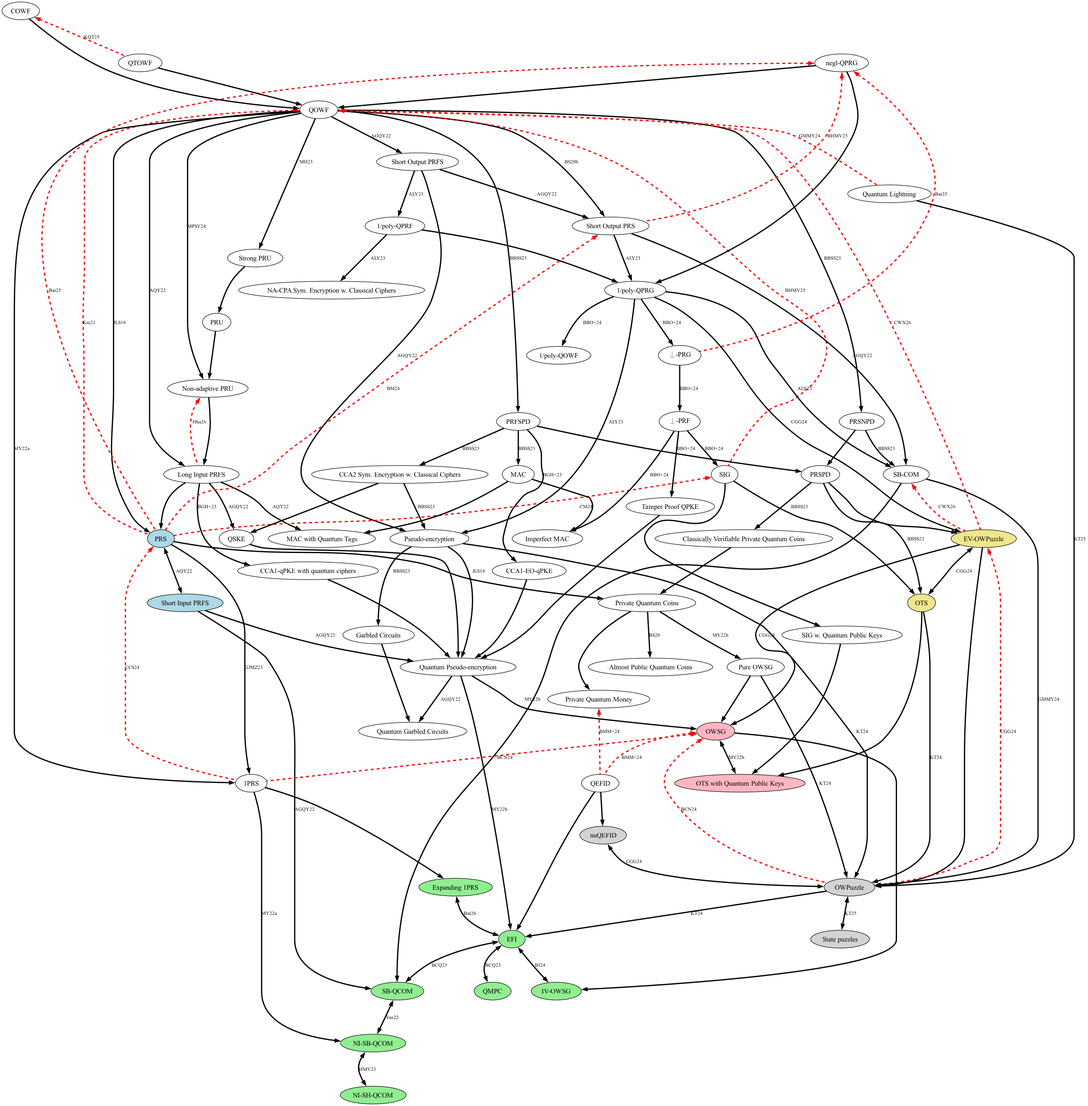
sattath/microcrypt-zoo keeps this Graphviz diagram as microcrypt.png. Above is the earlier version. Its source is kept beside it as microcrypt.gv.
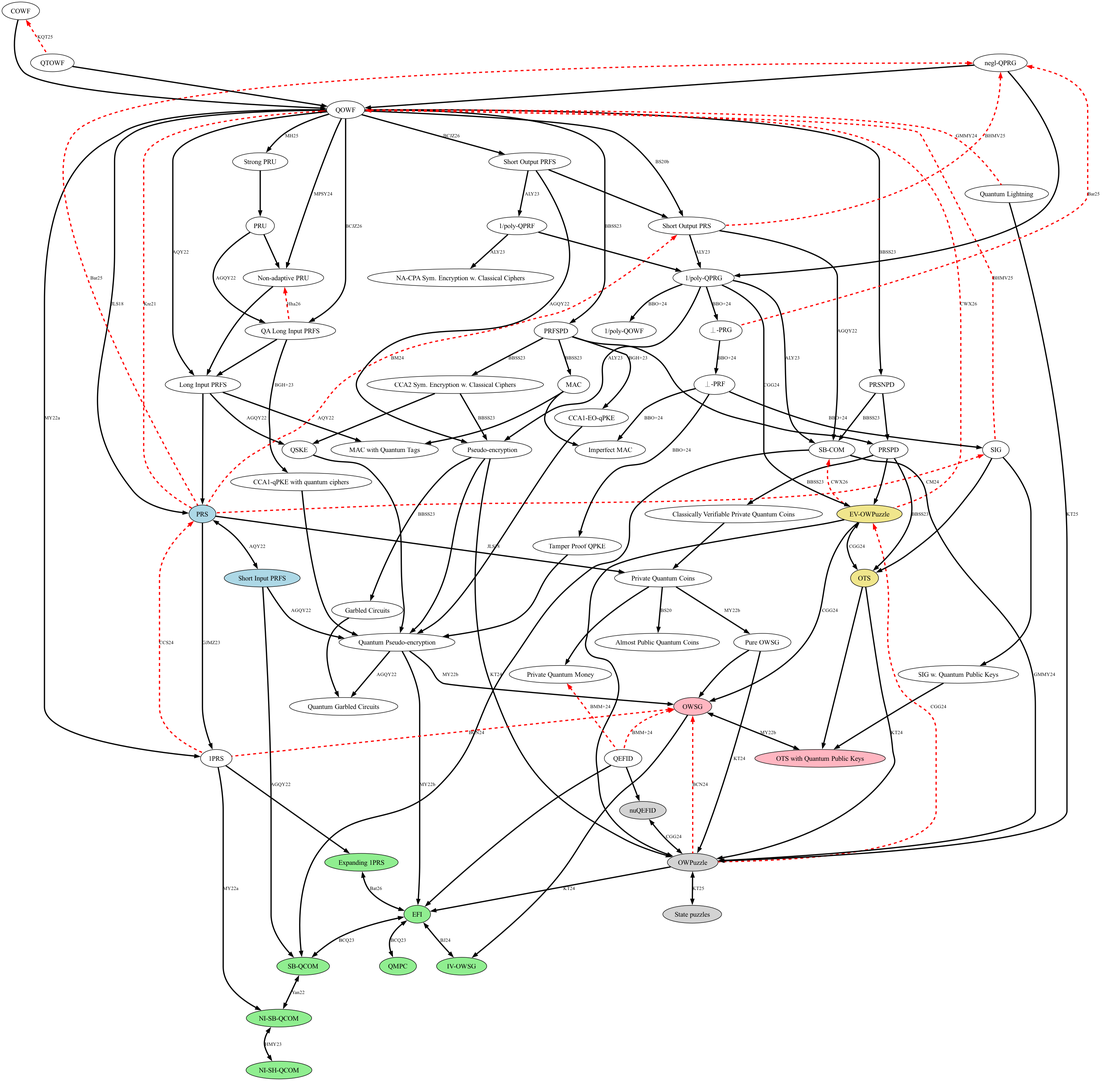
The same file after the commit.

Commit message:
Fix PRFS relationships reported in #7

The edit, as a diff of the source:
```diff
@@ -11,10 +11,11 @@
     PRSPD [tooltip="Pseudorandom States with Proofs of Destruction"];
     PRSNPD [tooltip="Pseudorandom States with Nice Proofs of Destruction"];
     "Short Input PRFS" [tooltip="Short Input Pseudorandom Function-like States with selective security. The input size needs to be Theta(log(n)) qubits."];
-    "Long Input PRFS" [tooltip="Long Input Pseudorandom Function-like States. The input size needs to be omega(log(n)) qubits."];
+    "Long Input PRFS" [tooltip="Long Input Pseudorandom Function-like States. The input size needs to be omega(log(n)) qubits. All edges out of this node hold with output length at least the input length (as obtained from a PRU)."];
+    "QA Long Input PRFS" [tooltip="Quantum-Accessible Long Input Pseudorandom Function-like States: input omega(log(n)) qubits, pure outputs of length at least the input length, adaptively secure against quantum (superposition) queries ([AGQY22](https://link.springer.com/chapter/10.1007/978-3-031-22318-1_9) Def. 4.3, [BCJZ26](https://eprint.iacr.org/2026/1206) Def. 18)."];
     PRFSPD [tooltip="Long Input Pseudorandom Function-like States with Proofs of Destruction"];
-    "Short Output PRS" [tooltip="Short Output Pseudorandom States. The output state needs to have c*log(n) qubits for some large enough c."];
-    "Short Output PRFS" [tooltip="Short Output Pseudorandom Function-Like States. The output state needs to have Theta(log(n)) qubits."];
+    "Short Output PRS" [tooltip="Short Output Pseudorandom States. The output state needs to have c*log(n) qubits for some large enough c, for example a scalable PRS [BS20b](https://doi.org/10.1007/978-3-030-56880-1_15) instantiated at logarithmic output length."];
+    "Short Output PRFS" [tooltip="Short Output Pseudorandom Function-Like States. The output state needs to have c*log(n) qubits for some large enough c; any input length; pure outputs; adaptively secure against quantum (superposition) queries, as in [BCJZ26](https://eprint.iacr.org/2026/1206) Def. 18. Obtained by instantiating a scalable PRFS at logarithmic output length."];
     OWSG [tooltip="(Mixed) One-way States Generator"];
     "IV-OWSG" [tooltip="(Mixed) Inefficiently Verifiable One-way States Generator"];
     "Pure OWSG" [tooltip="Pure One-way States Generator"];
@@ -73,11 +74,13 @@
     ###Trivial implications###
     edge [label="" tooltip="Trivial." URL=""]
 
-    "Non-adaptive PRU" -> "Long Input PRFS"; // TRV
+    "Non-adaptive PRU" -> "Long Input PRFS" [tooltip="Trivial: x -> |x> U_k|x>. This gives PRFS only with input length at most the output length; an adaptive PRU gives adaptive quantum-accessible PRFS, see [AGQY22](https://link.springer.com/chapter/10.1007/978-3-031-22318-1_9) Thm 5.14."]; // TRV
     "Long Input PRFS" -> PRS; // TRV
 
     "Pure OWSG" -> OWSG; // TRV
     "Short Input PRFS" -> PRS; // TRV
+    "Short Output PRFS" -> "Short Output PRS"; // TRV (fix the input; AQY22 p. 5)
+    "QA Long Input PRFS" -> "Long Input PRFS"; // TRV
 
     "SB-COM" -> "SB-QCOM"; // TRV
 
@@ -119,8 +122,7 @@
 
 
     edge [label="AGQY22" tooltip="Ananth,  Gulati, Qian and Yuen.\n Pseudorandom (Function-Like) Quantum State Generators: New Definitions and Applications.\n TCC'22. " URL="https://link.springer.com/chapter/10.1007/978-3-031-22318-1_9"]
-    QOWF -> "Short Output PRFS"; // AGQY22
-    "Short Output PRFS" -> "Short Output PRS"; // AGQY22
+    PRU -> "QA Long Input PRFS"; // AGQY22 Thm 5.14 (adaptive PRU; input at most output length)
     "Short Output PRS" -> "SB-COM"; // AGQY22
     "Short Input PRFS" -> "SB-QCOM"; // AGQY22
     "Short Input PRFS" -> "Quantum Pseudo-encryption"; // AGQY22
@@ -139,6 +141,10 @@
     QOWF -> "Long Input PRFS"; // AQY22
     PRS -> "Short Input PRFS"; // AQY22
     "Long Input PRFS" -> "MAC with Quantum Tags"; // AQY22
+
+    edge [label="BCJZ26" tooltip="Batra, Chen, Jain and Zhang.\n Scalable, quantum-accessible, and adaptive pseudorandom quantum state and pseudorandom function-like quantum state generators.\n CRYPTO'26. Thm 7: scalable (every output length, including c*log(n)), adaptive, quantum-accessible PRFS with pure outputs. Improves [AGQY22](https://link.springer.com/chapter/10.1007/978-3-031-22318-1_9) Lemma 5.10 (classical queries only) and Thm 5.12 (super-logarithmic output only), and [AQY22](https://link.springer.com/chapter/10.1007/978-3-031-15802-5_8) (selective security, classical queries). Stated for post-quantum OWF; extends to QOWF since the reduction is fully black-box, see [KQT25](https://arxiv.org/abs/2411.02554)." URL="https://eprint.iacr.org/2026/1206"]
+    QOWF -> "Short Output PRFS"; // BCJZ26 Thm 7
+    QOWF -> "QA Long Input PRFS"; // BCJZ26 Thm 7
 
     edge [label="BBO+24" tooltip="Barhoush, Behera, Ozer, Salvail and Sattath.\n Signatures From Pseudorandom States via ⊥-PRFs.\n arXiv, 2024. " URL="https://arxiv.org/abs/2311.00847"]
     "1/poly-QPRG" -> "1/poly-QOWF"; // BBO+24
@@ -178,7 +184,7 @@
 
     edge [label="BGH+23" tooltip="Barooti, Grilo, Huguenin-Dumittan, Malavolta, Sattath, and Vu.\n Public-Key Encryption with Quantum Keys.\n IACR eprint, 2023. " URL="https://eprint.iacr.org/2023/877"]
     PRFSPD -> "CCA1-EO-qPKE"; // BGH+23
-    "Long Input PRFS" -> "CCA1-qPKE with quantum ciphers"; // BGH+23
+    "QA Long Input PRFS" -> "CCA1-qPKE with quantum ciphers"; // BGH+23 Thm 2 (needs a quantum-accessible PRFS, Def. 4)
 
     edge [label="GJMZ23" tooltip="Gunn, Ju, Ma, Zhandry.\n Commitments to Quantum States.\n STOC'23. " URL="https://dl.acm.org/doi/10.1145/3564246.3585198"]
     PRS -> "1PRS"; // GJMZ23
@@ -280,7 +286,7 @@
     "SB-COM"->"EV-OWPuzzle"; // CWX26 Thm 1.2
 
     edge [label="Hha26" tooltip="Hhan.\n Derivatives of Quantum Randomness: Separating Pseudorandom Unitaries from Pseudorandom (Function-like) States.\n arXiv, 2026" URL="https://arxiv.org/abs/2609.14626"]
-    "Non-adaptive PRU"->"Long Input PRFS"; // Hha26 Thm 1.1
+    "Non-adaptive PRU"->"QA Long Input PRFS"; // Hha26 Thm 1.1 (adaptive quantum-accessible PRFS exist, PRUs do not)
 
     edge [label="Bar25" tooltip="Barhoush.\n Separating Pseudorandom Generators from Logarithmic Pseudorandom States.\n arXiv, 2025" URL="https://arxiv.org/abs/2510.20131"]
     "negl-QPRG"->PRS; // Bar25 Thm 1.1
```
